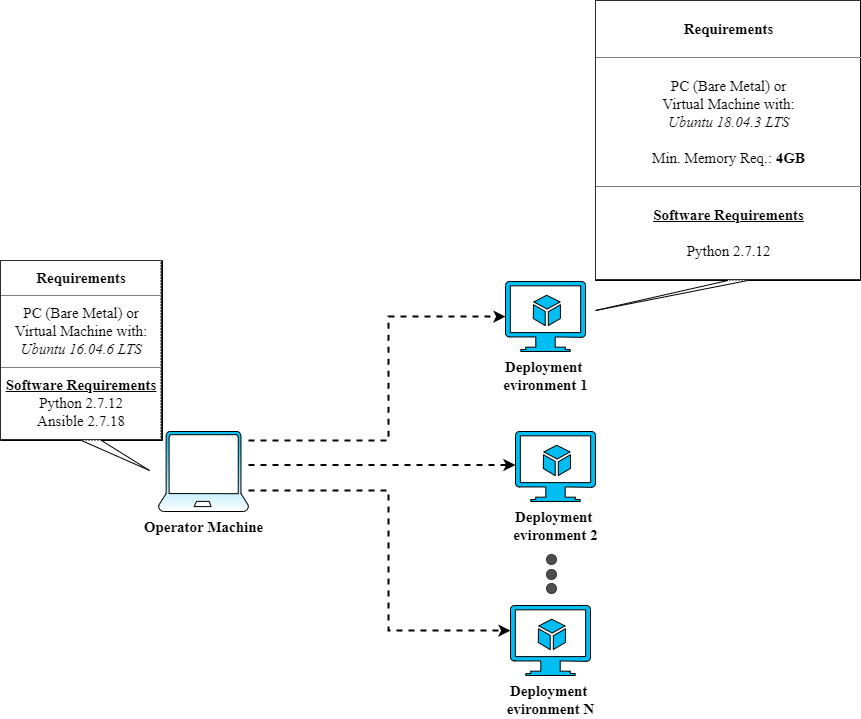
LABORA-INF-UFG/oaisim-free5gc-install keeps this draw.io diagram as images/environment_description.png. Above is the earlier version. Source tidied: cells renumbered, new cells last; positions are measured from the earlier drawing's top-left corner, leaving out a move shared by most shapes.
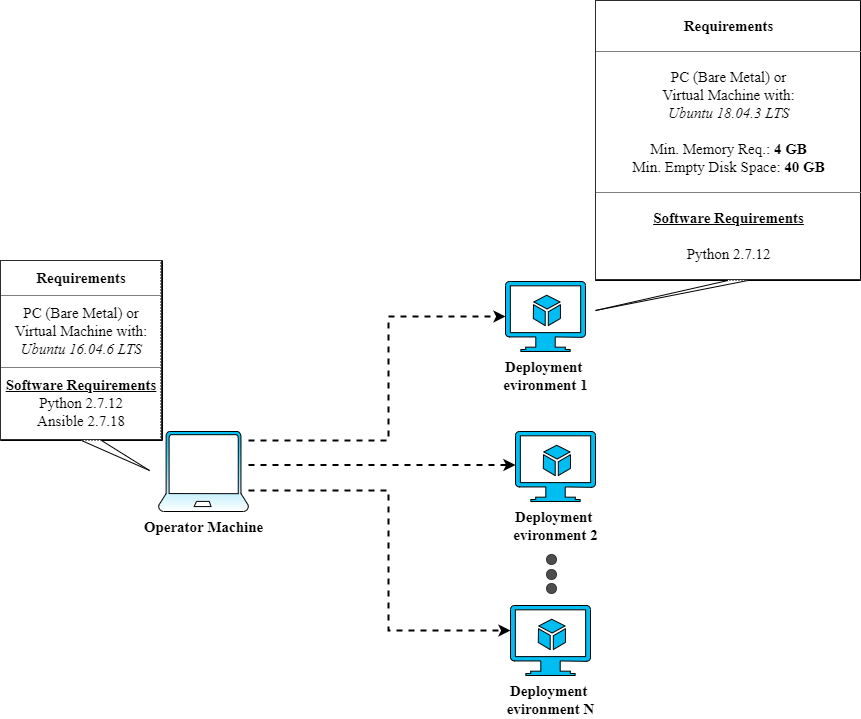
Later version of the same file.

Diff of the diagram source:
```diff
@@ -57,7 +57,7 @@
     <mxCell id="14" style="shape=callout;whiteSpace=wrap;html=1;perimeter=calloutPerimeter;shadow=0;strokeColor=#000000;fillColor=#FFFFFF;fontFamily=Times New Roman;fontSize=15;position2=0;" parent="1" vertex="1">
       <mxGeometry x="595" width="265" height="310" as="geometry" />
     </mxCell>
-    <mxCell id="15" value="&lt;table border=&quot;1&quot; width=&quot;100%&quot; cellpadding=&quot;4&quot; style=&quot;width: 100% ; height: 100% ; border-collapse: collapse&quot;&gt;&lt;tbody&gt;&lt;tr&gt;&lt;th align=&quot;center&quot;&gt;&lt;b&gt;Requirements&lt;/b&gt;&lt;/th&gt;&lt;/tr&gt;&lt;tr&gt;&lt;td align=&quot;center&quot;&gt;PC (Bare Metal) or&lt;br&gt;Virtual Machine with:&lt;br&gt;&lt;i&gt;Ubuntu 18.04.3 LTS&lt;br&gt;&lt;br&gt;&lt;/i&gt;Min. Memory Req.: &lt;b&gt;4GB&lt;/b&gt;&lt;br&gt;&lt;/td&gt;&lt;/tr&gt;&lt;tr&gt;&lt;td align=&quot;center&quot;&gt;&lt;b&gt;&lt;u&gt;Software Requirements&lt;br&gt;&lt;/u&gt;&lt;/b&gt;&lt;br&gt;Python 2.7.12&lt;br&gt;&lt;/td&gt;&lt;/tr&gt;&lt;/tbody&gt;&lt;/table&gt;" style="text;html=1;strokeColor=#000000;fillColor=none;overflow=fill;shadow=0;fontFamily=Times New Roman;fontSize=15;dashed=1;dashPattern=1 2;" parent="1" vertex="1">
+    <mxCell id="15" value="&lt;table border=&quot;1&quot; width=&quot;100%&quot; cellpadding=&quot;4&quot; style=&quot;width: 100% ; height: 100% ; border-collapse: collapse&quot;&gt;&lt;tbody&gt;&lt;tr&gt;&lt;th align=&quot;center&quot;&gt;&lt;b&gt;Requirements&lt;/b&gt;&lt;/th&gt;&lt;/tr&gt;&lt;tr&gt;&lt;td align=&quot;center&quot;&gt;PC (Bare Metal) or&lt;br&gt;Virtual Machine with:&lt;br&gt;&lt;i&gt;Ubuntu 18.04.3 LTS&lt;br&gt;&lt;br&gt;&lt;/i&gt;Min. Memory Req.: &lt;b&gt;4 GB&lt;br&gt;&lt;/b&gt;Min. Empty Disk Space: &lt;b&gt;40 GB&lt;/b&gt;&lt;/td&gt;&lt;/tr&gt;&lt;tr&gt;&lt;td align=&quot;center&quot;&gt;&lt;b&gt;&lt;u&gt;Software Requirements&lt;br&gt;&lt;/u&gt;&lt;/b&gt;&lt;br&gt;Python 2.7.12&lt;br&gt;&lt;/td&gt;&lt;/tr&gt;&lt;/tbody&gt;&lt;/table&gt;" style="text;html=1;strokeColor=#000000;fillColor=none;overflow=fill;shadow=0;fontFamily=Times New Roman;fontSize=15;dashed=1;dashPattern=1 2;" parent="1" vertex="1">
       <mxGeometry x="595" width="265" height="280" as="geometry" />
     </mxCell>
   </root>
```
